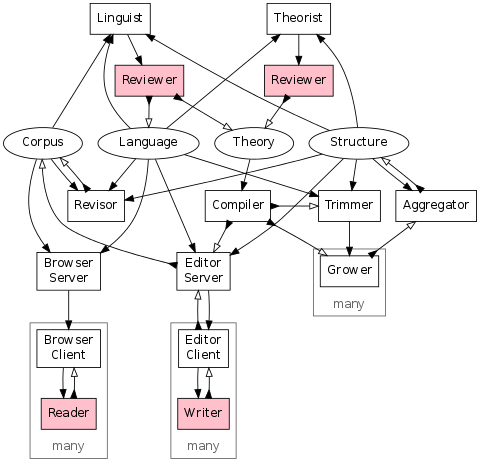
The Graphviz diagram doc/architecture.png in fritzo/pomagma, before a commit. Its source is kept beside it as doc/architecture.dot.
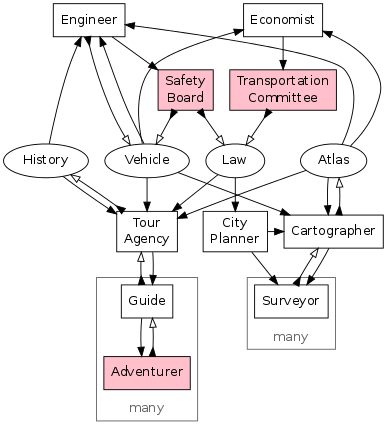
Above is the later version.

The edit, as a diff of the source:
```diff
@@ -1,30 +1,30 @@
 digraph G {
 	overlap=false;
-	size="5,5";
+	size="4,4";
 	node [shape=box];
 
 
 
-	Theorist;
-	Linguist;
-	Revisor;
-	{
-		node [style=filled, fillcolor=pink];
-		LanguageReviewer [label="Reviewer"];
-		TheoryReviewer [label="Reviewer"];
-	}
+	Economist;
+	Engineer;
+    {
+        rank="same";
+        node [style=filled, fillcolor=pink];
+        Committee [label="Transportation\nCommittee"];
+        SafetyBoard [label="Safety\nBoard"];
+    }
 	{
 		node [shape=ellipse];
-		Language;
-		Theory;
-		Structure;
-		Corpus;
+		Vehicle;
+		Law;
+		Atlas;
+		History;
 	}
-	EditorServer [label="Editor\nServer"];
-	BrowserServer [label="Browser\nServer"];
+    Planner [label="City\nPlanner"];
+	TourAgency [label="Tour\nAgency"];
 
-	subgraph cluster_grower {
-		Grower;
+	subgraph cluster_survey {
+		Surveyor;
 
 		color = "#666666";
 		fontcolor = "#666666";
@@ -32,12 +32,12 @@
 		labelloc = "b";
 	}
 
-	subgraph cluster_writer {
+	subgraph cluster_adventure {
 		rank="max";
-		EditorClient [label="Editor\nClient"];
+		Guide;
 		{
 			rank="max";
-			Writer [style=filled, fillcolor=pink];
+			Adventurer [style=filled, fillcolor=pink];
 		}
 
 		color = "#666666";
@@ -46,84 +46,51 @@
 		labelloc = "b";
 	}
 
-	subgraph cluster_reader {
-		rank="max";
-		BrowserClient [label="Browser\nClient"];
-		{
-			rank="max";
-			Reader [style=filled, fillcolor=pink];
-		}
-
-		color = "#666666";
-		fontcolor = "#666666";
-		label = "many";
-		labelloc = "b";
-	}
-
-
-	{ rank="min"; Theorist; Linguist; }
-	{ rank="same"; LanguageReviewer; TheoryReviewer; }
-	{ rank="same"; Language; Theory; Structure; Corpus; }
-	{ rank="same"; Trimmer; Aggregator; Compiler; }
-	{ rank="same"; EditorServer; BrowserServer; }
-	{ rank="same"; EditorClient; BrowserClient; }
-	{ rank="max"; Writer; Reader; }
+	{ rank="min"; Engineer; Economist; }
+	{ rank="same"; Vehicle; Law; Atlas; History; }
+	{ rank="same"; Cartographer; Planner; TourAgency; }
+	{ rank="max"; Adventurer; }
 
 
 	edge [dir=forward arrowhead=normal]; // pull
-	Theory -> Compiler;
-	edge [dir=both arrowtail=inv arrowhead=empty]; // push
-	Compiler -> Grower;
-	Compiler -> Trimmer;
-	Compiler -> EditorServer;
+	Law -> Planner;
+	Planner -> Surveyor;
+	Planner -> Cartographer;
 
 	edge [dir=forward arrowhead=normal]; // pull
-	Structure -> Trimmer;
-	Language -> Trimmer;
-	Trimmer -> Grower;
-	Structure -> Aggregator;
+	Atlas -> Cartographer;
+	Vehicle -> Cartographer;
+	Cartographer -> Surveyor;
 	edge [dir=both arrowtail=inv arrowhead=empty]; // push
-	Grower -> Aggregator;
-	Aggregator -> Structure;
+	Surveyor -> Cartographer;
+	Cartographer -> Atlas;
 
 	edge [dir=forward arrowhead=normal]; // pull
-	Structure -> EditorServer;
-	Language -> EditorServer;
-	EditorServer -> EditorClient;
-	EditorClient -> Writer;
+	Law -> TourAgency;
+	Atlas -> TourAgency;
+	Vehicle -> TourAgency;
+	TourAgency -> Guide;
+	Guide -> Adventurer;
+	History -> TourAgency;
 	edge [dir=both arrowtail=inv arrowhead=empty]; // push
-	Writer -> EditorClient;
-	EditorClient -> EditorServer;
-	EditorServer -> Corpus;
+	Adventurer -> Guide;
+	Guide -> TourAgency;
+	TourAgency -> History;
 
 	edge [dir=forward arrowhead=normal]; // pull
-	Corpus -> BrowserServer;
-	Language -> BrowserServer;
-	BrowserServer -> BrowserClient;
-	BrowserClient -> Reader;
+	History -> Engineer;
+	Atlas -> Engineer;
+	Vehicle -> Engineer;
+	Engineer -> SafetyBoard;
 	edge [dir=both arrowtail=inv arrowhead=empty]; // push
-	Reader -> BrowserClient;
+	Engineer -> Vehicle;
+	SafetyBoard -> Vehicle;
+	SafetyBoard -> Law;
 
 	edge [dir=forward arrowhead=normal]; // pull
-	Corpus -> Linguist;
-	Structure -> Linguist;
-	Language -> Linguist;
-	Linguist -> LanguageReviewer;
+	Atlas -> Economist;
+	Vehicle ->  Economist;
+	Economist -> Committee;
 	edge [dir=both arrowtail=inv arrowhead=empty]; // push
-	LanguageReviewer -> Language;
-	LanguageReviewer -> Theory;
-
-	edge [dir=forward arrowhead=normal]; // pull
-	Corpus -> Revisor;
-	Language -> Revisor;
-	Structure -> Revisor;
-	edge [dir=both arrowtail=inv arrowhead=empty]; // push
-	Revisor -> Corpus;
-
-	edge [dir=forward arrowhead=normal]; // pull
-	Structure -> Theorist;
-	Language ->  Theorist;
-	Theorist -> TheoryReviewer;
-	edge [dir=both arrowtail=inv arrowhead=empty]; // push
-	TheoryReviewer -> Theory;
+	Committee -> Law;
 }
```
